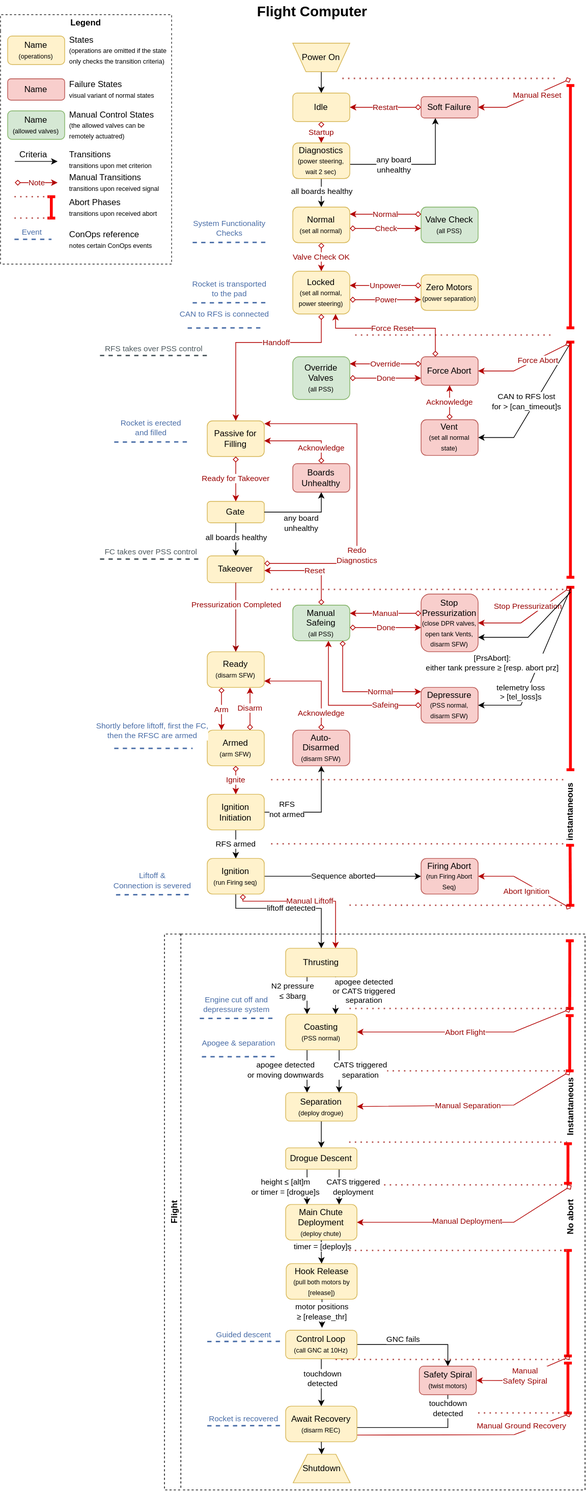
Before: state-machines/fc-flight-state-machine.drawio.svg, a diagram exported from draw.io (aris-space/asteria-remote-computers). Source tidied: cells renumbered, new cells last; positions are measured from the earlier drawing's top-left corner, leaving out a move shared by most shapes.
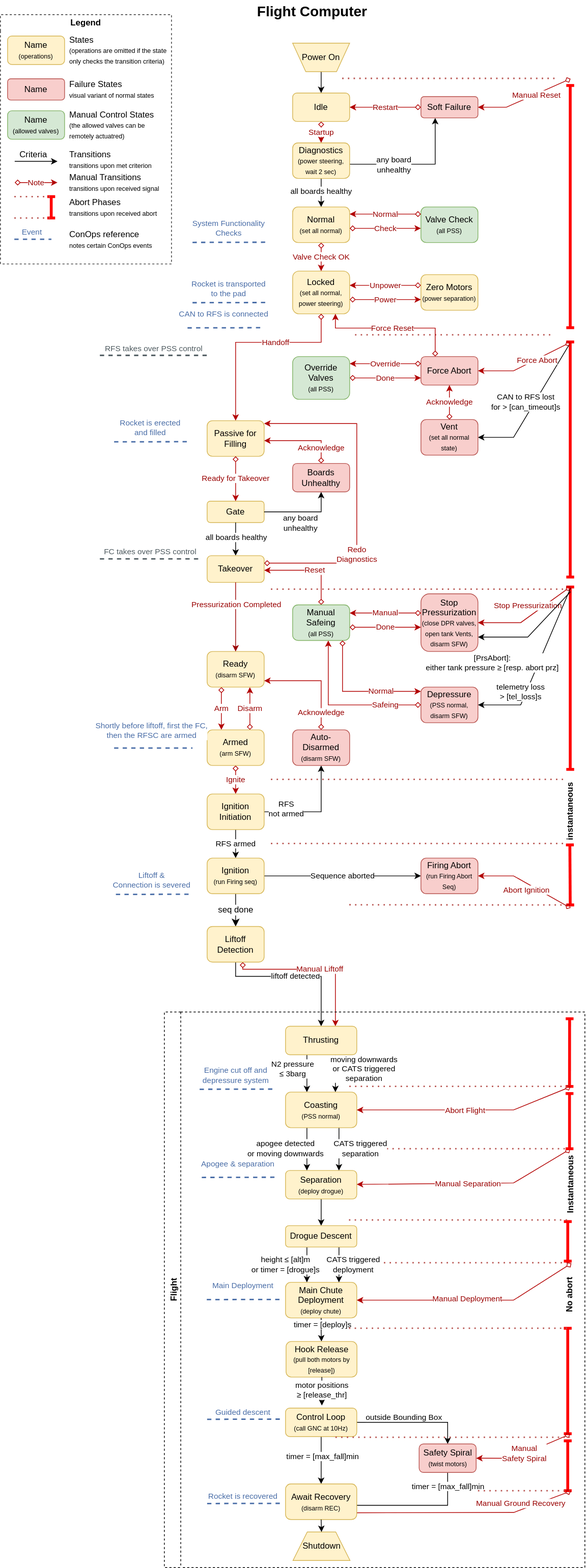
The same file after the commit.

The edit, as a diff of the source:
```diff
@@ -119,21 +119,19 @@
     <mxCell id="28" value="Takeover" style="rounded=1;whiteSpace=wrap;html=1;fillColor=#fff2cc;strokeColor=#d6b656;verticalAlign=middle;align=center;fontFamily=Helvetica;fontSize=12;fontColor=default;" parent="1" vertex="1">
       <mxGeometry x="290" y="779.5" width="80" height="37.5" as="geometry" />
     </mxCell>
-    <mxCell id="29" value="liftoff detected" style="edgeStyle=orthogonalEdgeStyle;rounded=0;jettySize=auto;html=1;" parent="1" edge="1" target="70">
-      <mxGeometry relative="1" as="geometry">
-        <mxPoint x="330" y="1254" as="sourcePoint" />
+    <mxCell id="29" value="liftoff detected" style="edgeStyle=orthogonalEdgeStyle;rounded=0;jettySize=auto;html=1;" parent="1" edge="1" source="165" target="70">
+      <mxGeometry x="-0.01" relative="1" as="geometry">
         <Array as="points">
-          <mxPoint x="330" y="1274" />
-          <mxPoint x="450" y="1274" />
+          <mxPoint x="330" y="1370" />
+          <mxPoint x="450" y="1370" />
         </Array>
       </mxGeometry>
     </mxCell>
-    <mxCell id="30" value="Manual Liftoff" style="edgeStyle=orthogonalEdgeStyle;rounded=0;jettySize=auto;html=1;shadow=0;strokeColor=#B20000;strokeWidth=1;align=center;verticalAlign=middle;fontFamily=Helvetica;fontSize=11;fontColor=#990000;labelBackgroundColor=default;jumpStyle=none;jumpSize=5;startArrow=diamond;startFill=0;endArrow=classic;flowAnimation=0;fillColor=#e51400;" parent="1" edge="1" target="70">
-      <mxGeometry relative="1" as="geometry">
-        <mxPoint x="340" y="1254" as="sourcePoint" />
+    <mxCell id="30" value="Manual Liftoff" style="edgeStyle=orthogonalEdgeStyle;rounded=0;jettySize=auto;html=1;shadow=0;strokeColor=#B20000;strokeWidth=1;align=center;verticalAlign=middle;fontFamily=Helvetica;fontSize=11;fontColor=#990000;labelBackgroundColor=default;jumpStyle=none;jumpSize=5;startArrow=diamond;startFill=0;endArrow=classic;flowAnimation=0;fillColor=#e51400;" parent="1" edge="1" source="165" target="70">
+      <mxGeometry x="0.08" relative="1" as="geometry">
         <Array as="points">
-          <mxPoint x="340" y="1264" />
-          <mxPoint x="470" y="1264" />
+          <mxPoint x="340" y="1360" />
+          <mxPoint x="470" y="1360" />
         </Array>
       </mxGeometry>
     </mxCell>
@@ -152,18 +150,18 @@
       </mxGeometry>
     </mxCell>
     <mxCell id="33" value="Flight" style="swimlane;horizontal=0;whiteSpace=wrap;html=1;dashed=1;strokeColor=default;align=center;verticalAlign=top;fontFamily=Helvetica;fontSize=12;fontColor=default;fontStyle=1;fillColor=none;gradientColor=none;" parent="1" vertex="1">
-      <mxGeometry x="230" y="1310" width="590" height="780" as="geometry" />
+      <mxGeometry x="230" y="1420" width="590" height="780" as="geometry" />
     </mxCell>
     <mxCell id="34" style="edgeStyle=orthogonalEdgeStyle;rounded=0;jettySize=auto;html=1;exitX=0.5;exitY=1;exitDx=0;exitDy=0;entryX=0.5;entryY=0;entryDx=0;entryDy=0;" parent="33" edge="1" source="38" target="67">
       <mxGeometry relative="1" as="geometry" />
     </mxCell>
-    <mxCell id="35" value="&lt;div&gt;touchdown&lt;/div&gt;&lt;div&gt;detected&lt;br&gt;&lt;/div&gt;" style="edgeLabel;html=1;align=center;verticalAlign=middle;" parent="34" vertex="1">
+    <mxCell id="35" value="&lt;div&gt;timer = [max_fall]min&lt;/div&gt;" style="edgeLabel;html=1;align=center;verticalAlign=middle;" parent="34" vertex="1">
       <mxGeometry x="-0.18" y="1" relative="1" as="geometry" />
     </mxCell>
     <mxCell id="36" style="edgeStyle=orthogonalEdgeStyle;rounded=0;jettySize=auto;html=1;entryX=0.5;entryY=0;entryDx=0;entryDy=0;" parent="33" edge="1" source="38" target="41">
       <mxGeometry relative="1" as="geometry" />
     </mxCell>
-    <mxCell id="37" value="GNC fails" style="edgeLabel;html=1;align=center;verticalAlign=middle;" parent="36" vertex="1">
+    <mxCell id="37" value="outside Bounding Box" style="edgeLabel;html=1;align=center;verticalAlign=middle;" parent="36" vertex="1">
       <mxGeometry x="-0.17" relative="1" as="geometry">
         <mxPoint y="-8" as="offset" />
       </mxGeometry>
@@ -180,7 +178,7 @@
         </Array>
       </mxGeometry>
     </mxCell>
-    <mxCell id="40" value="&lt;div&gt;touchdown&lt;/div&gt;&lt;div&gt;detected&lt;br&gt;&lt;/div&gt;" style="edgeLabel;html=1;align=center;verticalAlign=middle;" parent="39" vertex="1">
+    <mxCell id="40" value="&lt;div&gt;timer = [max_fall]min&lt;br&gt;&lt;/div&gt;" style="edgeLabel;html=1;align=center;verticalAlign=middle;" parent="39" vertex="1">
       <mxGeometry x="-0.55" y="-1" relative="1" as="geometry">
         <mxPoint x="1" y="-22" as="offset" />
       </mxGeometry>
@@ -353,7 +351,7 @@
         </Array>
       </mxGeometry>
     </mxCell>
-    <mxCell id="69" value="apogee detected&lt;div&gt;or CATS triggered&lt;/div&gt;&lt;div&gt;separation&lt;/div&gt;" style="edgeStyle=orthogonalEdgeStyle;rounded=0;jettySize=auto;html=1;" parent="33" edge="1" source="70" target="73">
+    <mxCell id="69" value="moving downwards&lt;div&gt;or CATS triggered&lt;/div&gt;&lt;div&gt;separation&lt;/div&gt;" style="edgeStyle=orthogonalEdgeStyle;rounded=0;jettySize=auto;html=1;" parent="33" edge="1" source="70" target="73">
       <mxGeometry x="-0.24" y="40" relative="1" as="geometry">
         <Array as="points">
           <mxPoint x="240" y="80" />
@@ -394,8 +392,8 @@
     </mxCell>
     <mxCell id="76" value="&lt;font color=&quot;#496da7&quot;&gt;Apogee &amp;amp; separation&lt;/font&gt;" style="endArrow=none;dashed=1;html=1;strokeWidth=2;rounded=0;fillColor=#b1ddf0;strokeColor=#496DA7;endFill=0;startFill=0;align=center;verticalAlign=middle;fontFamily=Helvetica;fontSize=11;fontColor=#496DA7;labelBackgroundColor=default;" parent="33" edge="1">
       <mxGeometry x="-0.06" y="20" relative="1" as="geometry">
-        <mxPoint x="53" y="172.7" as="sourcePoint" />
-        <mxPoint x="160" y="172.5" as="targetPoint" />
+        <mxPoint x="53" y="232.7" as="sourcePoint" />
+        <mxPoint x="160" y="232.5" as="targetPoint" />
       </mxGeometry>
     </mxCell>
     <mxCell id="77" value="motor positions&lt;div&gt;≥ [release_thr]&lt;/div&gt;" style="edgeStyle=orthogonalEdgeStyle;rounded=0;orthogonalLoop=1;jettySize=auto;html=1;entryX=0.5;entryY=0;entryDx=0;entryDy=0;" parent="33" edge="1">
@@ -429,8 +427,8 @@
     </mxCell>
     <mxCell id="81" value="&lt;font color=&quot;#496da7&quot;&gt;Engine cut off and&lt;/font&gt;&lt;div&gt;&lt;font color=&quot;#496da7&quot;&gt;depressure system&lt;/font&gt;&lt;/div&gt;" style="endArrow=none;dashed=1;html=1;strokeWidth=2;rounded=0;fillColor=#b1ddf0;strokeColor=#496DA7;endFill=0;startFill=0;align=center;verticalAlign=middle;fontFamily=Helvetica;fontSize=11;fontColor=#496DA7;labelBackgroundColor=default;" parent="33" edge="1">
       <mxGeometry x="-0.06" y="20" relative="1" as="geometry">
-        <mxPoint x="50" y="119" as="sourcePoint" />
-        <mxPoint x="157" y="118.8" as="targetPoint" />
+        <mxPoint x="50" y="109" as="sourcePoint" />
+        <mxPoint x="157" y="108.8" as="targetPoint" />
       </mxGeometry>
     </mxCell>
     <mxCell id="82" value="Shutdown" style="shape=trapezoid;perimeter=trapezoidPerimeter;whiteSpace=wrap;html=1;fixedSize=1;fillColor=#fff2cc;strokeColor=#d6b656;" parent="33" vertex="1">
@@ -439,6 +437,12 @@
     <mxCell id="83" style="edgeStyle=orthogonalEdgeStyle;rounded=0;jettySize=auto;html=1;entryX=0.5;entryY=0;entryDx=0;entryDy=0;exitX=0.5;exitY=1;exitDx=0;exitDy=0;" parent="33" edge="1" source="67" target="82">
       <mxGeometry relative="1" as="geometry" />
     </mxCell>
+    <mxCell id="163" value="&lt;font color=&quot;#496da7&quot;&gt;Main Deployment&lt;/font&gt;" style="endArrow=none;dashed=1;html=1;strokeWidth=2;rounded=0;fillColor=#b1ddf0;strokeColor=#496DA7;endFill=0;startFill=0;align=center;verticalAlign=middle;fontFamily=Helvetica;fontSize=11;fontColor=#496DA7;labelBackgroundColor=default;" parent="33" edge="1">
+      <mxGeometry x="-0.06" y="20" relative="1" as="geometry">
+        <mxPoint x="60" y="404.2" as="sourcePoint" />
+        <mxPoint x="167" y="404" as="targetPoint" />
+      </mxGeometry>
+    </mxCell>
     <mxCell id="84" value="Valve Check OK" style="edgeStyle=orthogonalEdgeStyle;rounded=0;jettySize=auto;html=1;shadow=0;strokeColor=#B20000;strokeWidth=1;align=center;verticalAlign=middle;fontFamily=Helvetica;fontSize=11;fontColor=#990000;labelBackgroundColor=default;jumpStyle=none;jumpSize=5;startArrow=diamond;startFill=0;endArrow=classic;flowAnimation=0;fillColor=#e51400;" parent="1" edge="1" source="157" target="12">
       <mxGeometry relative="1" as="geometry" />
     </mxCell>
@@ -660,6 +664,9 @@
     <mxCell id="129" value="Sequence aborted" style="edgeStyle=orthogonalEdgeStyle;rounded=0;jettySize=auto;html=1;" parent="1" edge="1" source="130" target="148">
       <mxGeometry relative="1" as="geometry" />
     </mxCell>
+    <mxCell id="164" value="seq done" style="edgeStyle=none;curved=1;rounded=0;curveGeometry=1;jettySize=auto;html=1;fontSize=12;startSize=8;endSize=8;" parent="1" edge="1" source="130" target="165">
+      <mxGeometry relative="1" as="geometry" />
+    </mxCell>
     <mxCell id="130" value="&lt;div&gt;&lt;font style=&quot;&quot;&gt;Ignition&lt;/font&gt;&lt;/div&gt;&lt;div&gt;&lt;font style=&quot;font-size: 9px;&quot;&gt;(run Firing seq&lt;/font&gt;&lt;span style=&quot;font-size: 9px;&quot;&gt;)&lt;/span&gt;&lt;/div&gt;" style="rounded=1;whiteSpace=wrap;html=1;fillColor=#fff2cc;strokeColor=#d6b656;verticalAlign=middle;align=center;fontFamily=Helvetica;fontSize=12;fontColor=default;" parent="1" vertex="1">
       <mxGeometry x="290" y="1204" width="80" height="50" as="geometry" />
     </mxCell>
@@ -849,5 +856,8 @@
         </Array>
       </mxGeometry>
     </mxCell>
+    <mxCell id="165" value="Liftoff Detection" style="rounded=1;whiteSpace=wrap;html=1;fillColor=#fff2cc;strokeColor=#d6b656;verticalAlign=middle;align=center;fontFamily=Helvetica;fontSize=12;fontColor=default;" parent="1" vertex="1">
+      <mxGeometry x="290" y="1300" width="80" height="50" as="geometry" />
+    </mxCell>
   </root>
 </mxGraphModel>
```
